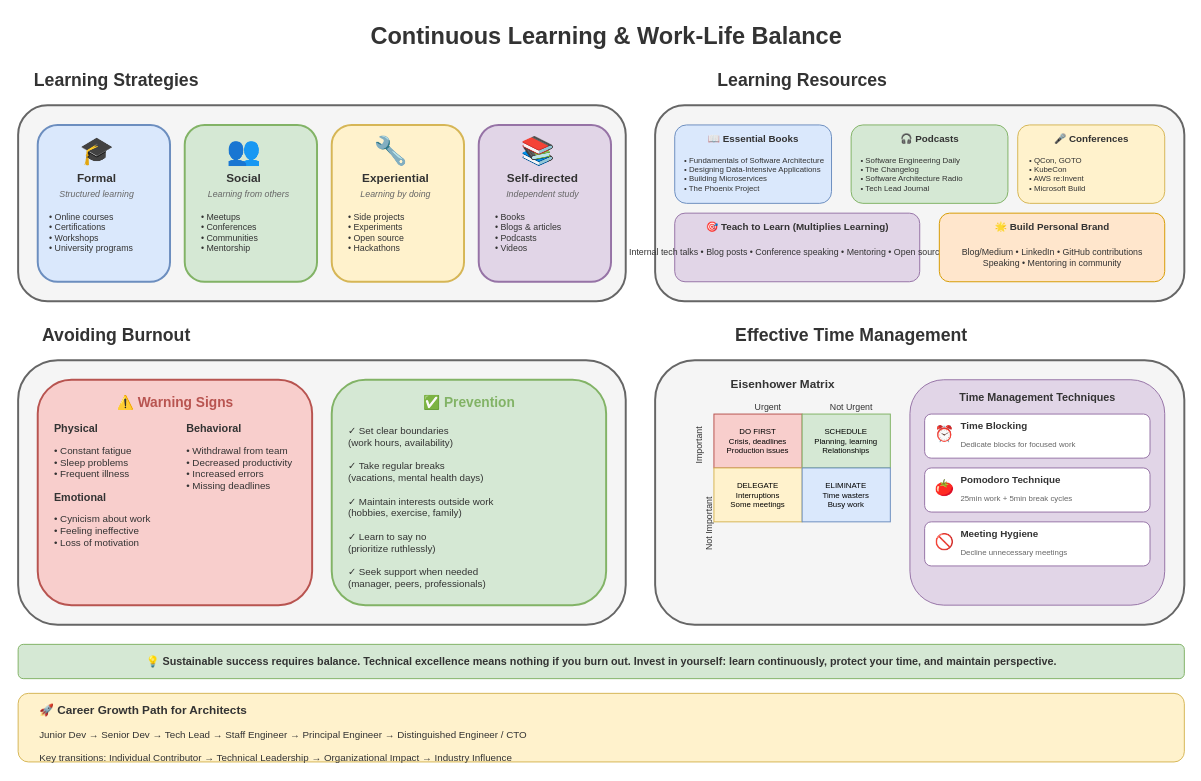
This is lesson-10-soft-skills/diagrams/6.1-career-growth.drawio from MrParkerZ7/document-lesson-software-architect-x-claude, a draw.io file, before an edit. Source tidied: cells renumbered, new cells numbered last; positions are measured from the earlier drawing's top-left corner, leaving out a move shared by most shapes. Both pictures are drawn from the tidied source at 98%, with x=0, y=0 at pixel (18, 17).
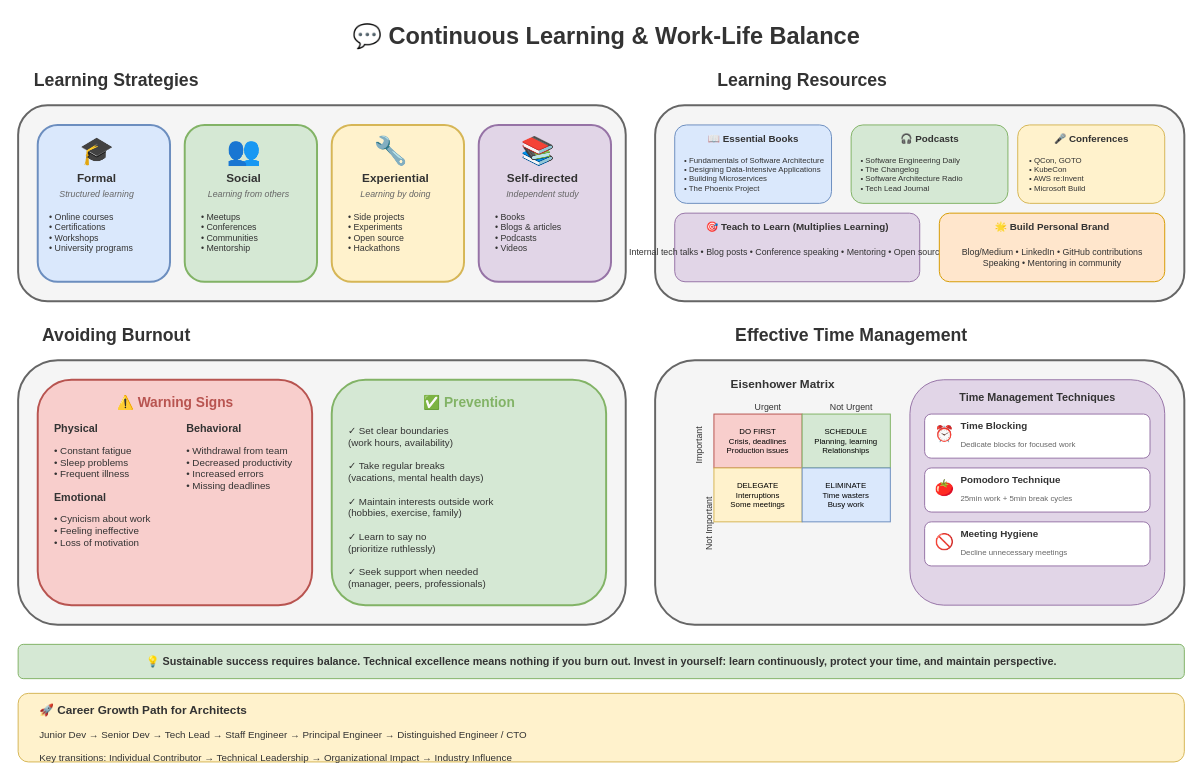
The same diagram, later.

Diff of the diagram source:
```diff
@@
-    <mxCell id="2" value="Continuous Learning &amp; Work-Life Balance" style="text;html=1;strokeColor=none;fillColor=none;align=center;verticalAlign=middle;fontSize=24;fontStyle=1;fontColor=#333333;" parent="1" vertex="1">
+    <mxCell id="2" value="💬 Continuous Learning &amp; Work-Life Balance" style="text;html=1;strokeColor=none;fillColor=none;align=center;verticalAlign=middle;fontSize=24;fontStyle=1;fontColor=#333333;" parent="1" vertex="1">
       <mxGeometry x="250" width="700" height="40" as="geometry" />
     </mxCell>
```
